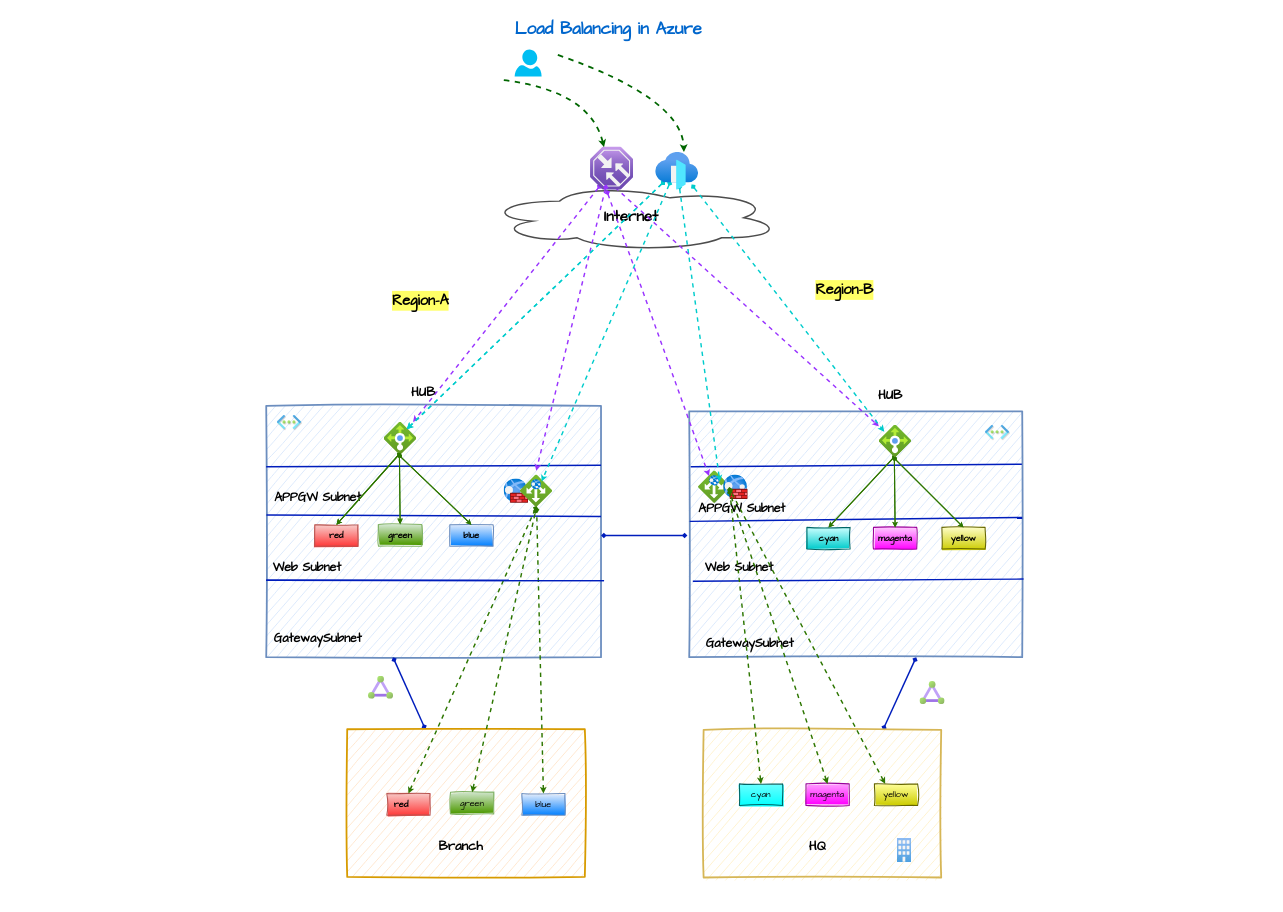
This is diagrams/load-balancing.drawio from nehalineogi/azure-networking, a draw.io file, before an edit. Source tidied: cells renumbered, new cells numbered last; positions are measured from the earlier drawing's top-left corner, leaving out a move shared by most shapes. Both pictures are drawn from the tidied source at 36%, with x=0, y=0 at pixel (264, 6).
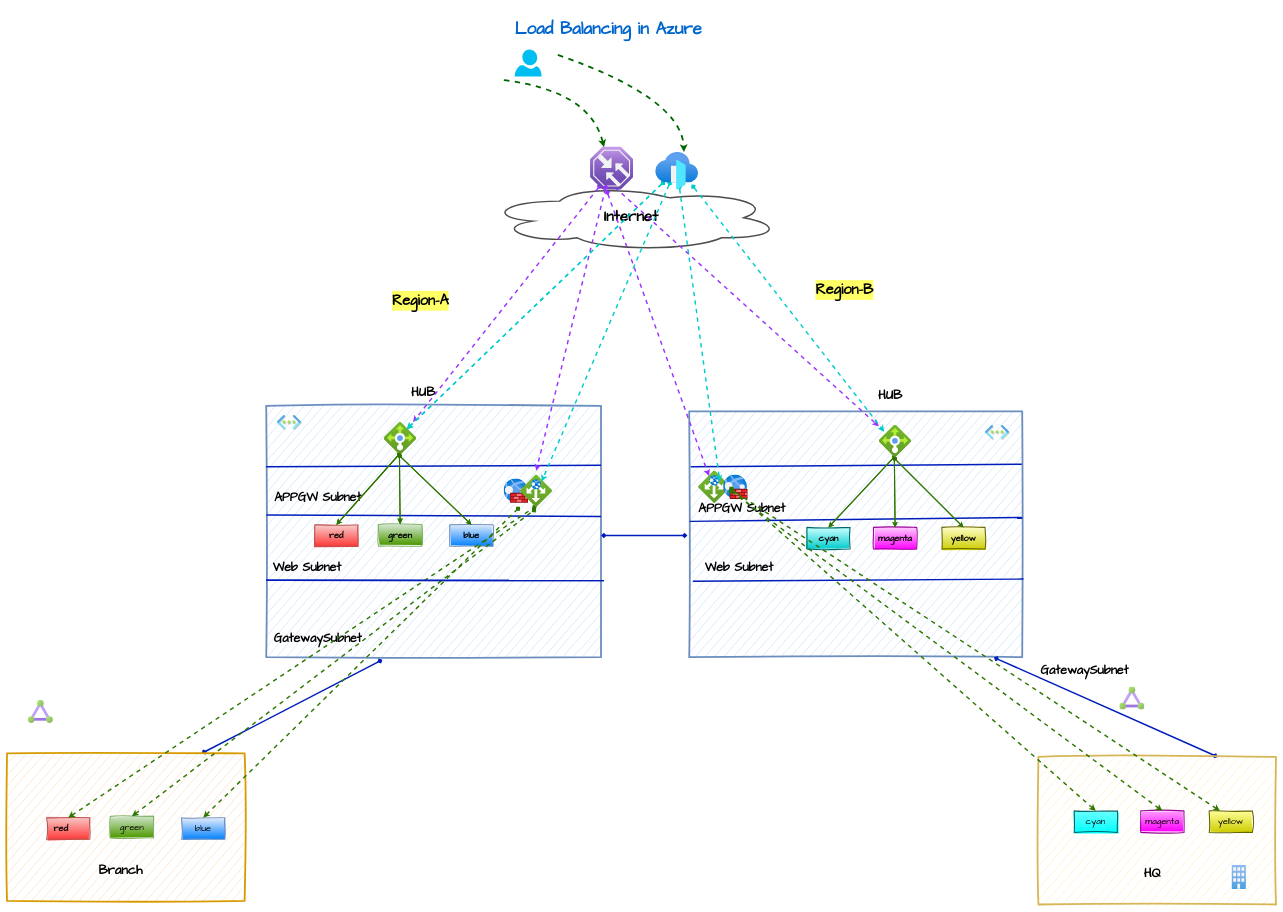
Above is the later version.

The change refers to these unchanged cells:
```xml
<mxCell id="4" style="rounded=0;whiteSpace=wrap;html=1;fillColor=#dae8fc;strokeColor=#6c8ebf;strokeWidth=5;fontFamily=Comic Sans MS;sketch=1;curveFitting=1;jiggle=2;disableMultiStrokeFill=1;disableMultiStroke=1;hachureGap=-1;fillWeight=-1;shadow=0;labelBackgroundColor=none;labelBorderColor=none;sketchStyle=rough;hachureAngle=-41;fillStyle=auto;" parent="3" vertex="1">
  <mxGeometry x="7" y="1110" width="930" height="698" as="geometry" />
</mxCell>
<mxCell id="11" style="rounded=0;whiteSpace=wrap;html=1;fillColor=#dae8fc;strokeColor=#6c8ebf;strokeWidth=5;fontFamily=Comic Sans MS;sketch=1;curveFitting=1;jiggle=2;disableMultiStrokeFill=1;disableMultiStroke=1;hachureGap=-1;fillWeight=-1;shadow=0;labelBackgroundColor=none;labelBorderColor=none;sketchStyle=rough;hachureAngle=-41;fillStyle=auto;" parent="3" vertex="1">
  <mxGeometry x="1182" y="1125" width="925" height="683" as="geometry" />
</mxCell>
```

Diff of the diagram source:
```diff
@@
-    <mxCell id="15" style="edgeStyle=none;rounded=0;orthogonalLoop=1;jettySize=auto;html=1;exitX=0.5;exitY=1;exitDx=0;exitDy=0;entryX=0.5;entryY=0;entryDx=0;entryDy=0;strokeColor=#001DBC;strokeWidth=4;fontFamily=Comic Sans MS;fontSize=12;fontColor=#FF3333;startArrow=diamond;startFill=1;endArrow=diamond;endFill=1;fillColor=#0050ef;" parent="3" edge="1">
-      <mxGeometry relative="1" as="geometry">
-        <mxPoint x="359" y="1808" as="sourcePoint" />
-        <mxPoint x="449" y="2008.2" as="targetPoint" />
-      </mxGeometry>
+    <mxCell id="15" style="edgeStyle=none;rounded=0;jettySize=auto;html=1;exitX=0.347;exitY=1.01;exitDx=0;exitDy=0;entryX=0.819;entryY=0;entryDx=0;entryDy=0;strokeColor=#001DBC;strokeWidth=4;fontFamily=Comic Sans MS;fontSize=12;fontColor=#FF3333;startArrow=diamond;startFill=1;endArrow=diamond;endFill=1;fillColor=#0050ef;exitPerimeter=0;entryPerimeter=0;" parent="3" edge="1" source="4" target="16">
+      <mxGeometry relative="1" as="geometry" />
     </mxCell>
     <mxCell id="16" style="rounded=0;whiteSpace=wrap;html=1;fillColor=#ffe6cc;strokeColor=#d79b00;strokeWidth=5;sketch=1;curveFitting=1;jiggle=2;disableMultiStrokeFill=1;disableMultiStroke=1;fillStyle=hachure;" parent="3" vertex="1">
-      <mxGeometry x="232" y="2008.2" width="660" height="410" as="geometry" />
+      <mxGeometry x="-713" y="2075.2" width="660" height="410" as="geometry" />
     </mxCell>
-    <mxCell id="17" style="edgeStyle=none;rounded=0;orthogonalLoop=1;jettySize=auto;html=1;exitX=0.5;exitY=0;exitDx=0;exitDy=0;entryX=0.5;entryY=1;entryDx=0;entryDy=0;strokeColor=#001DBC;strokeWidth=4;fontFamily=Comic Sans MS;fontSize=12;fontColor=#FF3333;startArrow=diamond;startFill=1;endArrow=diamond;endFill=1;fillColor=#0050ef;" parent="3" edge="1">
+    <mxCell id="17" style="edgeStyle=none;rounded=0;jettySize=auto;html=1;exitX=0.5;exitY=0;exitDx=0;exitDy=0;entryX=0.915;entryY=1.001;entryDx=0;entryDy=0;strokeColor=#001DBC;strokeWidth=4;fontFamily=Comic Sans MS;fontSize=12;fontColor=#FF3333;startArrow=diamond;startFill=1;endArrow=diamond;endFill=1;fillColor=#0050ef;entryPerimeter=0;" parent="3" edge="1" target="11">
       <mxGeometry relative="1" as="geometry">
-        <mxPoint x="1720" y="2010" as="sourcePoint" />
-        <mxPoint x="1812.5" y="1808" as="targetPoint" />
+        <mxPoint x="2650" y="2085" as="sourcePoint" />
       </mxGeometry>
     </mxCell>
     <mxCell id="18" value="&lt;h5&gt;&lt;br&gt;&lt;/h5&gt;" style="rounded=0;whiteSpace=wrap;html=1;fillColor=#fff2cc;strokeColor=#d6b656;sketch=1;curveFitting=1;jiggle=2;disableMultiStrokeFill=1;disableMultiStroke=1;strokeWidth=5;fillStyle=hachure;" parent="3" vertex="1">
-      <mxGeometry x="1222" y="2010" width="660" height="410" as="geometry" />
+      <mxGeometry x="2152" y="2085" width="660" height="410" as="geometry" />
     </mxCell>
     <mxCell id="19" value="&lt;b style=&quot;font-size: 25px;&quot;&gt;red&lt;span style=&quot;white-space: pre;&quot;&gt;&#9;&lt;/span&gt;&lt;/b&gt;" style="rounded=0;whiteSpace=wrap;html=1;shadow=0;labelBackgroundColor=none;labelBorderColor=none;sketch=1;fillWeight=-1;hachureGap=-1;hachureAngle=-41;jiggle=2;disableMultiStroke=1;disableMultiStrokeFill=1;fillStyle=auto;curveFitting=1;sketchStyle=rough;strokeColor=#b85450;strokeWidth=3;fontFamily=Comic Sans MS;fontSize=12;fillColor=#f8cecc;gradientColor=#FF3333;" parent="3" vertex="1">
-      <mxGeometry x="342" y="2186.8" width="120" height="60" as="geometry" />
+      <mxGeometry x="-603" y="2253.8" width="120" height="60" as="geometry" />
     </mxCell>
     <mxCell id="20" value="&lt;font style=&quot;font-size: 25px;&quot;&gt;green&lt;/font&gt;" style="rounded=0;whiteSpace=wrap;html=1;shadow=0;labelBackgroundColor=none;labelBorderColor=none;sketch=1;fillWeight=-1;hachureGap=-1;hachureAngle=-41;jiggle=2;disableMultiStroke=1;disableMultiStrokeFill=1;fillStyle=auto;curveFitting=1;sketchStyle=rough;strokeColor=#82b366;strokeWidth=3;fontFamily=Comic Sans MS;fontSize=12;fillColor=#d5e8d4;gradientColor=#4D9900;" parent="3" vertex="1">
-      <mxGeometry x="519" y="2183.2" width="120" height="60" as="geometry" />
+      <mxGeometry x="-426" y="2250.2" width="120" height="60" as="geometry" />
     </mxCell>
     <mxCell id="21" value="&lt;font style=&quot;font-size: 25px;&quot;&gt;blue&lt;/font&gt;" style="rounded=0;whiteSpace=wrap;html=1;shadow=0;labelBackgroundColor=none;labelBorderColor=none;sketch=1;fillWeight=-1;hachureGap=-1;hachureAngle=-41;jiggle=2;disableMultiStroke=1;disableMultiStrokeFill=1;fillStyle=auto;curveFitting=1;sketchStyle=rough;strokeColor=#6c8ebf;strokeWidth=3;fontFamily=Comic Sans MS;fontSize=12;fillColor=#dae8fc;gradientColor=#007FFF;" parent="3" vertex="1">
-      <mxGeometry x="717" y="2186.8" width="120" height="60" as="geometry" />
+      <mxGeometry x="-228" y="2253.8" width="120" height="60" as="geometry" />
     </mxCell>
     <mxCell id="22" value="&lt;font style=&quot;font-size: 25px;&quot;&gt;cyan&lt;/font&gt;" style="rounded=0;whiteSpace=wrap;html=1;shadow=0;labelBackgroundColor=none;labelBorderColor=none;sketch=1;fillWeight=-1;hachureGap=-1;hachureAngle=-41;jiggle=2;disableMultiStroke=1;disableMultiStrokeFill=1;fillStyle=auto;curveFitting=1;sketchStyle=rough;strokeColor=#006666;strokeWidth=3;fontFamily=Comic Sans MS;fontSize=12;fillColor=#66FFFF;gradientColor=#00FFFF;" parent="3" vertex="1">
-      <mxGeometry x="1321.4" y="2160" width="120" height="60" as="geometry" />
+      <mxGeometry x="2251.4" y="2235" width="120" height="60" as="geometry" />
     </mxCell>
     <mxCell id="23" value="&lt;font style=&quot;font-size: 25px;&quot;&gt;magenta&lt;/font&gt;" style="rounded=0;whiteSpace=wrap;html=1;shadow=0;labelBackgroundColor=none;labelBorderColor=none;sketch=1;fillWeight=-1;hachureGap=-1;hachureAngle=-41;jiggle=2;disableMultiStroke=1;disableMultiStrokeFill=1;fillStyle=auto;curveFitting=1;sketchStyle=rough;strokeColor=#990099;strokeWidth=3;fontFamily=Comic Sans MS;fontSize=12;fillColor=#FF99FF;gradientColor=#FF00FF;" parent="3" vertex="1">
-      <mxGeometry x="1506.4" y="2160" width="120" height="60" as="geometry" />
+      <mxGeometry x="2436.4" y="2235" width="120" height="60" as="geometry" />
     </mxCell>
     <mxCell id="24" value="&lt;font style=&quot;font-size: 25px;&quot;&gt;yellow&lt;/font&gt;" style="rounded=0;whiteSpace=wrap;html=1;shadow=0;labelBackgroundColor=none;labelBorderColor=none;sketch=1;fillWeight=-1;hachureGap=-1;hachureAngle=-41;jiggle=2;disableMultiStroke=1;disableMultiStrokeFill=1;fillStyle=auto;curveFitting=1;sketchStyle=rough;strokeColor=#666600;strokeWidth=3;fontFamily=Comic Sans MS;fontSize=12;fillColor=#FFFF99;gradientColor=#CCCC00;" parent="3" vertex="1">
-      <mxGeometry x="1696.4" y="2160" width="120" height="60" as="geometry" />
+      <mxGeometry x="2626.4" y="2235" width="120" height="60" as="geometry" />
     </mxCell>
@@
     <mxCell id="28" value="&lt;b&gt;&lt;font style=&quot;font-size: 36px;&quot;&gt;Branch&lt;/font&gt;&lt;/b&gt;" style="text;html=1;align=center;verticalAlign=middle;strokeColor=none;fillColor=none;fontSize=25;fontFamily=Comic Sans MS;fontColor=#000000;rounded=1;shadow=1;labelBackgroundColor=none;labelBorderColor=none;fillWeight=-1;hachureGap=-1;jiggle=2;disableMultiStroke=1;disableMultiStrokeFill=1;sketchStyle=comic;strokeWidth=3;" parent="3" vertex="1">
-      <mxGeometry x="472" y="2303" width="150" height="60" as="geometry" />
+      <mxGeometry x="-473" y="2370" width="150" height="60" as="geometry" />
     </mxCell>
     <mxCell id="29" value="&lt;b&gt;&lt;font style=&quot;font-size: 36px;&quot;&gt;HQ&lt;/font&gt;&lt;/b&gt;" style="text;html=1;align=center;verticalAlign=middle;strokeColor=none;fillColor=none;fontSize=25;fontFamily=Comic Sans MS;rounded=1;shadow=1;labelBackgroundColor=none;labelBorderColor=none;fillWeight=-1;hachureGap=-1;jiggle=2;disableMultiStroke=1;disableMultiStrokeFill=1;sketchStyle=comic;strokeWidth=3;fillStyle=solid;" parent="3" vertex="1">
-      <mxGeometry x="1493" y="2303" width="90" height="60" as="geometry" />
+      <mxGeometry x="2423" y="2378" width="90" height="60" as="geometry" />
     </mxCell>
     <mxCell id="30" style="html=1;align=center;image;fontSize=12;image=img/lib/azure2/other/Exchange_On_Premises_Access.svg;rounded=0;glass=0;labelBackgroundColor=#66B2FF;sketch=1;fillStyle=hachure;fontFamily=Comic Sans MS;fontColor=#000000;opacity=70;" parent="3" vertex="1">
-      <mxGeometry x="1758.9" y="2310" width="40" height="68" as="geometry" />
+      <mxGeometry x="2688.9" y="2385" width="40" height="68" as="geometry" />
     </mxCell>
     <mxCell id="31" style="html=1;align=center;image;fontSize=12;image=img/lib/azure2/networking/ExpressRoute_Circuits.svg;rounded=0;glass=0;labelBackgroundColor=#66B2FF;sketch=1;fillStyle=hachure;fontFamily=Comic Sans MS;fontColor=#000000;opacity=70;" parent="3" vertex="1">
-      <mxGeometry x="1822" y="1875" width="70" height="64" as="geometry" />
+      <mxGeometry x="2377" y="1890" width="70" height="64" as="geometry" />
     </mxCell>
     <mxCell id="32" style="html=1;align=center;image;fontSize=12;image=img/lib/azure2/networking/ExpressRoute_Circuits.svg;rounded=0;glass=0;labelBackgroundColor=#66B2FF;sketch=1;fillStyle=hachure;fontFamily=Comic Sans MS;fontColor=#000000;opacity=70;" parent="3" vertex="1">
-      <mxGeometry x="290" y="1860" width="70" height="64" as="geometry" />
+      <mxGeometry x="-655" y="1927" width="70" height="64" as="geometry" />
     </mxCell>
@@
     <mxCell id="39" value="GatewaySubnet" style="text;html=1;align=center;verticalAlign=middle;strokeColor=none;fillColor=none;fontSize=34;fontFamily=Comic Sans MS;fontColor=#000000;fontStyle=1;" parent="3" vertex="1">
-      <mxGeometry x="1207" y="1740" width="285" height="60" as="geometry" />
+      <mxGeometry x="2137" y="1815" width="285" height="60" as="geometry" />
     </mxCell>
@@
+    <mxCell id="98" parent="0" />
@@
-    <mxCell id="96" parent="0" />
-    <mxCell id="97" parent="0" />
```
